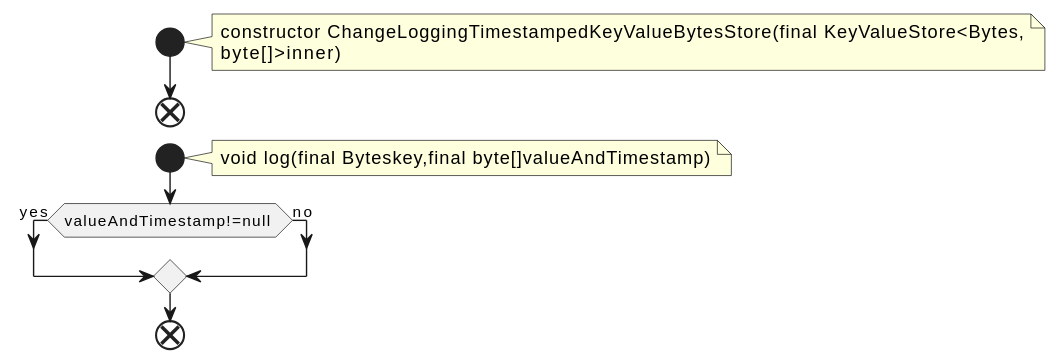
This is docs/qc/streams/src/main/java/org/apache/kafka/streams/state/internals/ChangeLoggingTimestampedKeyValueBytesStore.java.fct.svg from qualitesys/kafka, a PlantUML export, as it was before one commit.
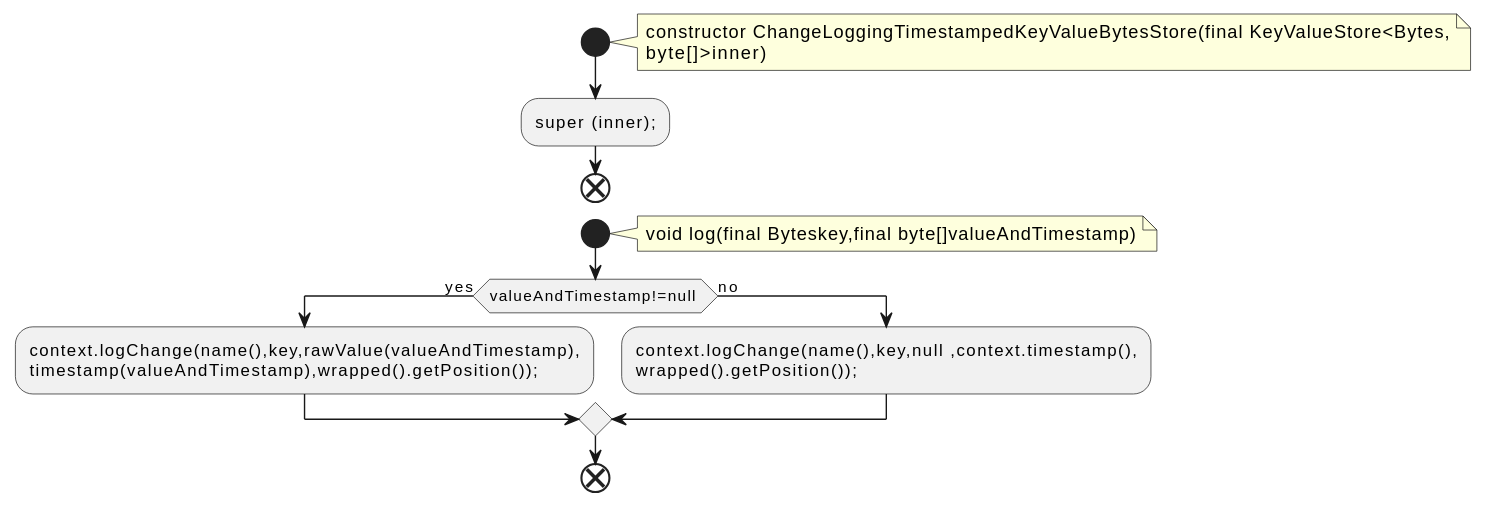
Later version of the same file.

Diff of the diagram source:
```diff
@@ -5,13 +5,18 @@
 constructor ChangeLoggingTimestampedKeyValueBytesStore(final KeyValueStore<Bytes,
 byte[]>inner)
 end note
+:super (inner);;
 end
 start
 note right
 void log(final Byteskey,final byte[]valueAndTimestamp)
 end note
 if (valueAndTimestamp!=null ) then (yes)
+:context.logChange(name(),key,rawValue(valueAndTimestamp),
+timestamp(valueAndTimestamp),wrapped().getPosition());;
 else (no)
+:context.logChange(name(),key,null ,context.timestamp(),
+wrapped().getPosition());;
 endif
 end
 @enduml
```
